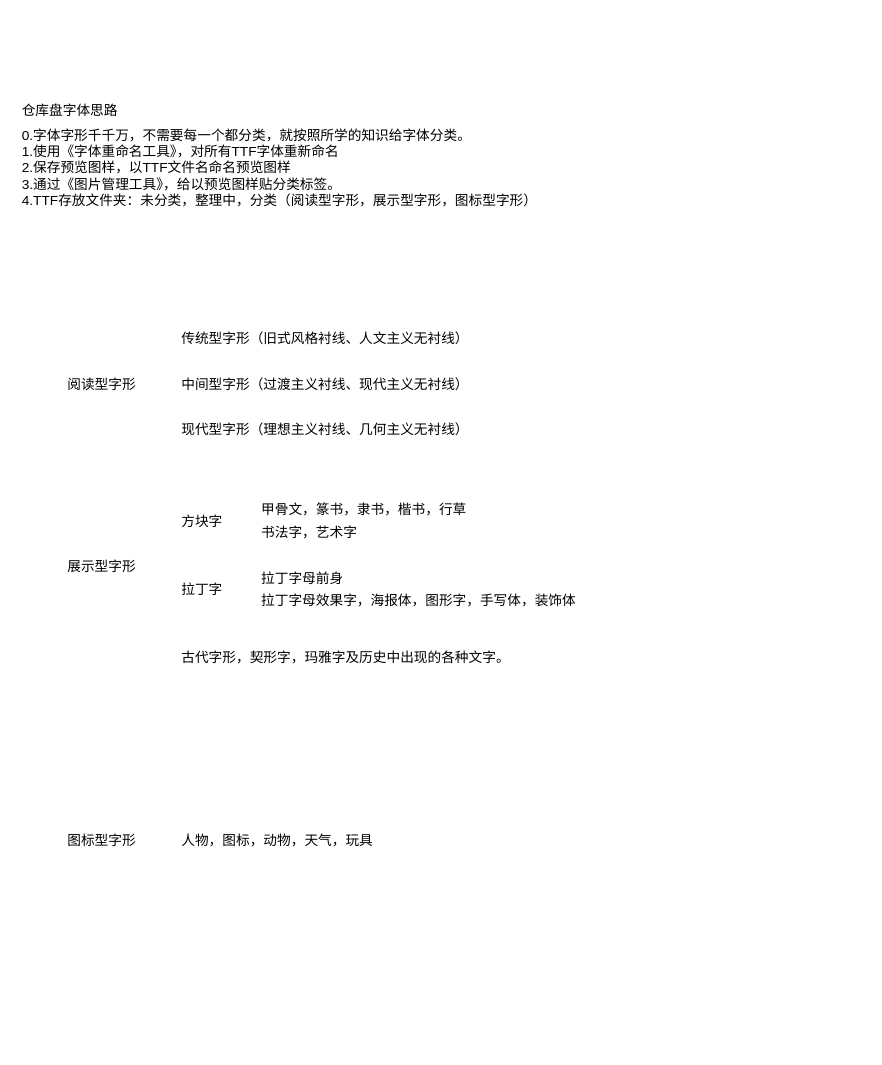
Above: 字形分类.drawio in water0902/Draw.io (draw.io), before the change. Source tidied: cells renumbered, new cells numbered last; positions are measured from the earlier drawing's top-left corner, leaving out a move shared by most shapes. Both pictures are drawn from the tidied source at 114%, with x=0, y=0 at pixel (19, 99).
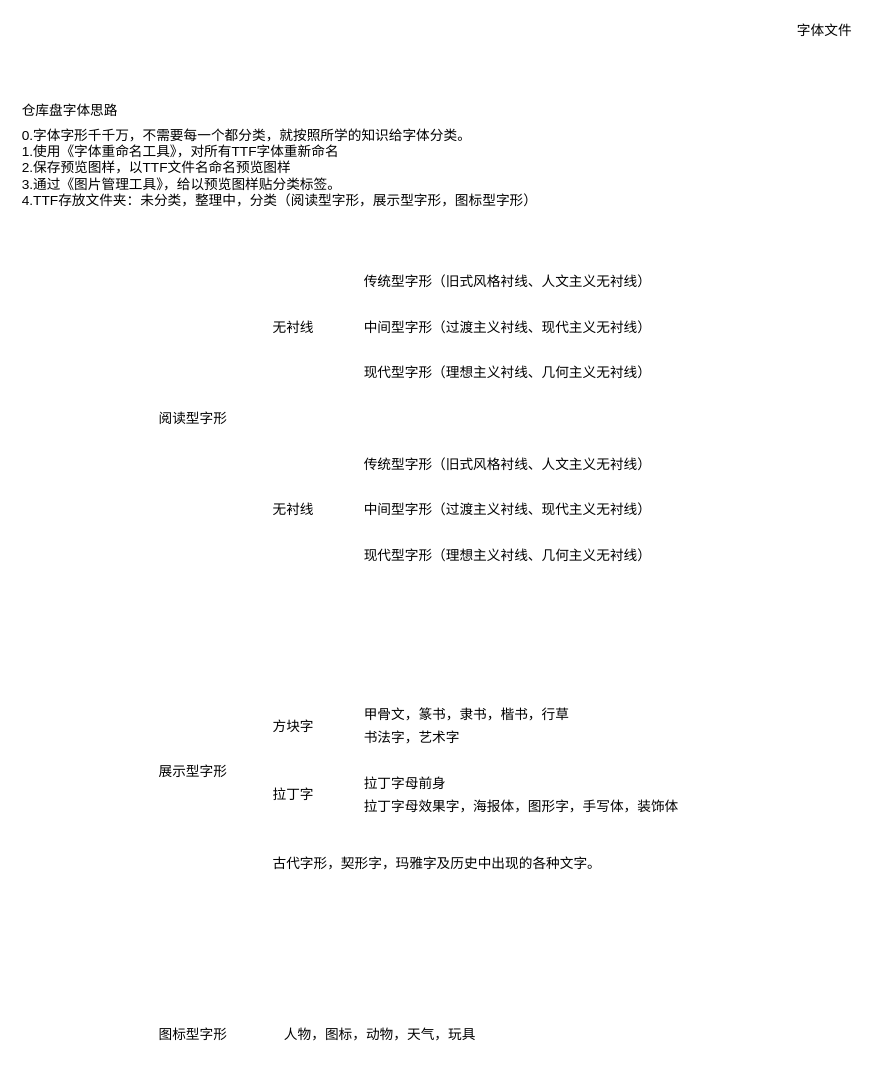
The same page after the edit.

Commit message:
更新字形分类.drawio

Diff of the diagram source:
```diff
@@
     <mxCell id="4" value="阅读型字形" style="text;html=1;align=left;verticalAlign=middle;fillColor=none;strokeColor=none;rounded=0;" parent="1" vertex="1">
-      <mxGeometry x="40" y="240" width="80" height="20" as="geometry" />
+      <mxGeometry x="120" y="270" width="80" height="20" as="geometry" />
     </mxCell>
     <mxCell id="5" value="展示型字形" style="text;html=1;align=left;verticalAlign=middle;fillColor=none;strokeColor=none;rounded=0;" parent="1" vertex="1">
-      <mxGeometry x="40" y="400" width="80" height="20" as="geometry" />
+      <mxGeometry x="120" y="580" width="80" height="20" as="geometry" />
     </mxCell>
     <mxCell id="6" value="图标型字形" style="text;html=1;align=left;verticalAlign=middle;fillColor=none;strokeColor=none;rounded=0;" parent="1" vertex="1">
-      <mxGeometry x="40" y="640" width="80" height="20" as="geometry" />
+      <mxGeometry x="120" y="810" width="80" height="20" as="geometry" />
     </mxCell>
     <mxCell id="7" value="传统型字形（旧式风格衬线、人文主义无衬线）" style="text;html=1;align=left;verticalAlign=middle;fillColor=none;strokeColor=none;rounded=0;" parent="1" vertex="1">
-      <mxGeometry x="140" y="200" width="270" height="20" as="geometry" />
+      <mxGeometry x="300" y="310" width="270" height="20" as="geometry" />
     </mxCell>
     <mxCell id="8" value="中间型字形（过渡主义衬线、现代主义无衬线）" style="text;html=1;align=left;verticalAlign=middle;fillColor=none;strokeColor=none;rounded=0;" parent="1" vertex="1">
-      <mxGeometry x="140" y="240" width="270" height="20" as="geometry" />
+      <mxGeometry x="300" y="350" width="270" height="20" as="geometry" />
     </mxCell>
     <mxCell id="9" value="现代型字形（理想主义衬线、几何主义无衬线）" style="text;html=1;align=left;verticalAlign=middle;fillColor=none;strokeColor=none;rounded=0;" parent="1" vertex="1">
-      <mxGeometry x="140" y="280" width="270" height="20" as="geometry" />
+      <mxGeometry x="300" y="390" width="270" height="20" as="geometry" />
     </mxCell>
     <mxCell id="10" value="方块字" style="text;html=1;align=left;verticalAlign=middle;fillColor=none;strokeColor=none;rounded=0;" parent="1" vertex="1">
-      <mxGeometry x="140" y="360" width="50" height="20" as="geometry" />
+      <mxGeometry x="220" y="540" width="50" height="20" as="geometry" />
     </mxCell>
     <mxCell id="11" value="拉丁字" style="text;html=1;align=left;verticalAlign=middle;fillColor=none;strokeColor=none;rounded=0;" parent="1" vertex="1">
-      <mxGeometry x="140" y="420" width="50" height="20" as="geometry" />
+      <mxGeometry x="220" y="600" width="50" height="20" as="geometry" />
     </mxCell>
     <mxCell id="12" value="甲骨文，篆书，隶书，楷书，行草" style="text;html=1;align=left;verticalAlign=middle;fillColor=none;strokeColor=none;rounded=0;" parent="1" vertex="1">
-      <mxGeometry x="210" y="350" width="200" height="20" as="geometry" />
+      <mxGeometry x="300" y="530" width="200" height="20" as="geometry" />
     </mxCell>
     <mxCell id="13" value="书法字，艺术字" style="text;html=1;align=left;verticalAlign=middle;fillColor=none;strokeColor=none;rounded=0;" parent="1" vertex="1">
-      <mxGeometry x="210" y="370" width="100" height="20" as="geometry" />
+      <mxGeometry x="300" y="550" width="100" height="20" as="geometry" />
     </mxCell>
     <mxCell id="14" value="拉丁字母前身" style="text;html=1;align=left;verticalAlign=middle;fillColor=none;strokeColor=none;rounded=0;" parent="1" vertex="1">
-      <mxGeometry x="210" y="410" width="90" height="20" as="geometry" />
+      <mxGeometry x="300" y="590" width="90" height="20" as="geometry" />
     </mxCell>
     <mxCell id="15" value="拉丁字母效果字，海报体，图形字，手写体，装饰体" style="text;html=1;align=left;verticalAlign=middle;fillColor=none;strokeColor=none;rounded=0;" parent="1" vertex="1">
-      <mxGeometry x="210" y="430" width="290" height="20" as="geometry" />
+      <mxGeometry x="300" y="610" width="290" height="20" as="geometry" />
     </mxCell>
     <mxCell id="16" value="古代字形，契形字，玛雅字及历史中出现的各种文字。" style="text;html=1;align=left;verticalAlign=middle;fillColor=none;strokeColor=none;rounded=0;" parent="1" vertex="1">
-      <mxGeometry x="140" y="480" width="300" height="20" as="geometry" />
+      <mxGeometry x="220" y="660" width="300" height="20" as="geometry" />
     </mxCell>
     <mxCell id="17" value="人物，图标，动物，天气，玩具" style="text;html=1;align=left;verticalAlign=middle;fillColor=none;strokeColor=none;rounded=0;" parent="1" vertex="1">
-      <mxGeometry x="140" y="640" width="180" height="20" as="geometry" />
+      <mxGeometry x="230" y="810" width="180" height="20" as="geometry" />
     </mxCell>
+    <mxCell id="18" value="字体文件" style="text;html=1;align=left;verticalAlign=middle;fillColor=none;strokeColor=none;rounded=0;" parent="1" vertex="1">
+      <mxGeometry x="680" y="-70" width="60" height="20" as="geometry" />
+    </mxCell>
+    <mxCell id="19" value="传统型字形（旧式风格衬线、人文主义无衬线）" style="text;html=1;align=left;verticalAlign=middle;fillColor=none;strokeColor=none;rounded=0;" parent="1" vertex="1">
+      <mxGeometry x="300" y="150" width="270" height="20" as="geometry" />
+    </mxCell>
+    <mxCell id="20" value="中间型字形（过渡主义衬线、现代主义无衬线）" style="text;html=1;align=left;verticalAlign=middle;fillColor=none;strokeColor=none;rounded=0;" parent="1" vertex="1">
+      <mxGeometry x="300" y="190" width="270" height="20" as="geometry" />
+    </mxCell>
+    <mxCell id="21" value="现代型字形（理想主义衬线、几何主义无衬线）" style="text;html=1;align=left;verticalAlign=middle;fillColor=none;strokeColor=none;rounded=0;" parent="1" vertex="1">
+      <mxGeometry x="300" y="230" width="270" height="20" as="geometry" />
+    </mxCell>
+    <mxCell id="22" value="无衬线" style="text;html=1;align=left;verticalAlign=middle;fillColor=none;strokeColor=none;rounded=0;" parent="1" vertex="1">
+      <mxGeometry x="220" y="350" width="50" height="20" as="geometry" />
+    </mxCell>
+    <mxCell id="23" value="无衬线" style="text;html=1;align=left;verticalAlign=middle;fillColor=none;strokeColor=none;rounded=0;" parent="1" vertex="1">
+      <mxGeometry x="220" y="190" width="50" height="20" as="geometry" />
+    </mxCell>
```
